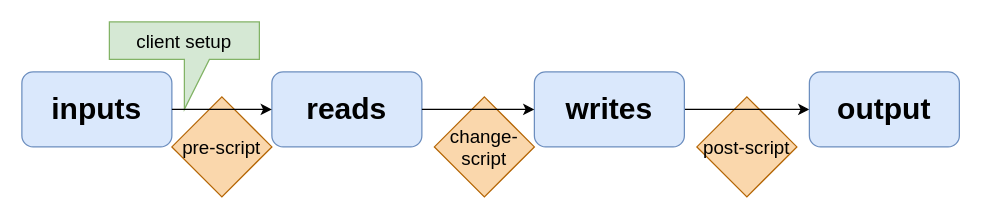
sebt3/kuberest keeps this draw.io diagram as docs/flow.drawio. Above is the earlier version. Source tidied: cells renumbered, new cells numbered last; positions are measured from the earlier drawing's top-left corner, leaving out a move shared by most shapes. Both pictures are drawn from the tidied source at 125%, with x=0, y=0 at pixel (21, 21).
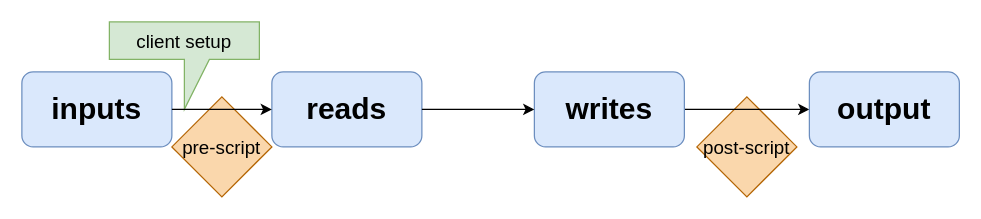
After the change.

Change to the diagram source:
```diff
@@
 <mxGraphModel>
   <root>
     <mxCell id="0" />
     <mxCell id="1" parent="0" />
     <mxCell id="2" value="client setup" style="shape=callout;whiteSpace=wrap;html=1;perimeter=calloutPerimeter;fontSize=15;position2=0.5;fillColor=#d5e8d4;strokeColor=#82b366;size=40;position=0.5;" parent="1" vertex="1">
       <mxGeometry x="70" width="120" height="70" as="geometry" />
     </mxCell>
     <mxCell id="3" value="pre-script" style="rhombus;whiteSpace=wrap;html=1;fontSize=15;fillColor=#fad7ac;strokeColor=#b46504;" parent="1" vertex="1">
       <mxGeometry x="120" y="60" width="80" height="80" as="geometry" />
     </mxCell>
-    <mxCell id="4" value="change-script" style="rhombus;whiteSpace=wrap;html=1;fontSize=15;fillColor=#fad7ac;strokeColor=#b46504;" parent="1" vertex="1">
-      <mxGeometry x="330" y="60" width="80" height="80" as="geometry" />
-    </mxCell>
     <mxCell id="5" value="post-script" style="rhombus;whiteSpace=wrap;html=1;fontSize=15;fillColor=#fad7ac;strokeColor=#b46504;" parent="1" vertex="1">
       <mxGeometry x="540" y="60" width="80" height="80" as="geometry" />
     </mxCell>
     <mxCell id="6" value="inputs" style="rounded=1;whiteSpace=wrap;html=1;fillColor=#dae8fc;strokeColor=#6c8ebf;fontStyle=1;fontSize=24;" parent="1" vertex="1">
       <mxGeometry y="40" width="120" height="60" as="geometry" />
     </mxCell>
     <mxCell id="7" value="reads" style="rounded=1;whiteSpace=wrap;html=1;fillColor=#dae8fc;strokeColor=#6c8ebf;fontStyle=1;fontSize=24;" parent="1" vertex="1">
       <mxGeometry x="200" y="40" width="120" height="60" as="geometry" />
     </mxCell>
     <mxCell id="8" style="edgeStyle=orthogonalEdgeStyle;rounded=0;jettySize=auto;html=1;exitX=1;exitY=0.5;exitDx=0;exitDy=0;entryX=0;entryY=0.5;entryDx=0;entryDy=0;fontSize=20;" parent="1" edge="1" source="9" target="10">
       <mxGeometry relative="1" as="geometry" />
     </mxCell>
     <mxCell id="9" value="writes" style="rounded=1;whiteSpace=wrap;html=1;fillColor=#dae8fc;strokeColor=#6c8ebf;fontStyle=1;fontSize=24;" parent="1" vertex="1">
       <mxGeometry x="410" y="40" width="120" height="60" as="geometry" />
     </mxCell>
     <mxCell id="10" value="output" style="rounded=1;whiteSpace=wrap;html=1;fillColor=#dae8fc;strokeColor=#6c8ebf;fontStyle=1;fontSize=24;" parent="1" vertex="1">
       <mxGeometry x="630" y="40" width="120" height="60" as="geometry" />
     </mxCell>
     <mxCell id="11" style="endArrow=classic;html=1;rounded=0;fontSize=20;exitX=1;exitY=0.5;exitDx=0;exitDy=0;entryX=0;entryY=0.5;entryDx=0;entryDy=0;" parent="1" edge="1" source="6" target="7">
       <mxGeometry relative="1" as="geometry" />
     </mxCell>
     <mxCell id="12" style="endArrow=classic;html=1;rounded=0;fontSize=20;exitX=1;exitY=0.5;exitDx=0;exitDy=0;entryX=0;entryY=0.5;entryDx=0;entryDy=0;" parent="1" edge="1" source="7" target="9">
       <mxGeometry relative="1" as="geometry" />
     </mxCell>
   </root>
 </mxGraphModel>
```
